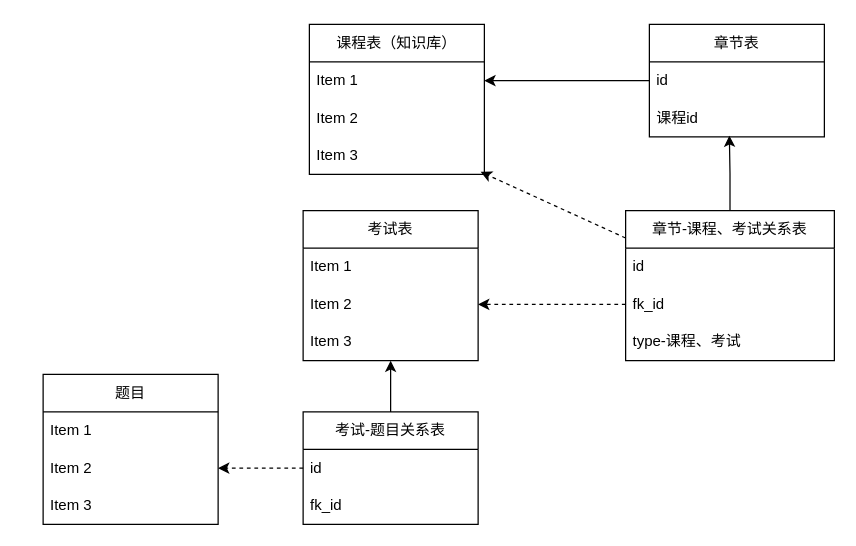
ammengke/my-drawio keeps this draw.io diagram as 尚学堂-知识库设计.drawio. Above is the earlier version. Source tidied: cells renumbered, new cells numbered last; positions are measured from the earlier drawing's top-left corner, leaving out a move shared by most shapes. Both pictures are drawn from the tidied source at 125%, with x=0, y=0 at pixel (42, 24).
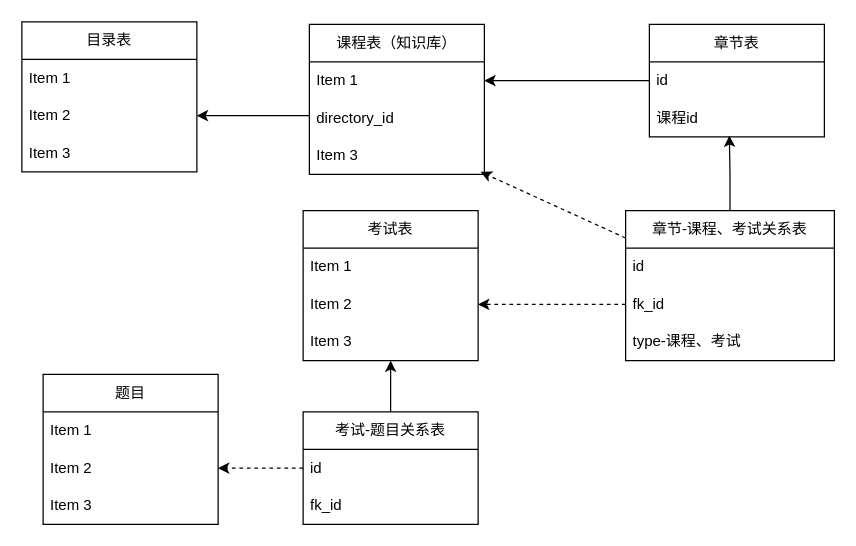
Above is the later version.

Commit message:
更新尚学堂-知识库设计.drawio

Unchanged cells that the change refers to:
```xml
<mxCell id="2" value="课程表（知识库）" style="swimlane;fontStyle=0;horizontal=1;startSize=30;whiteSpace=wrap;html=1;" parent="1" vertex="1">
  <mxGeometry x="213" width="140" height="120" as="geometry" />
</mxCell>
```

Change to the diagram source:
```diff
@@
+    <mxCell id="30" style="edgeStyle=orthogonalEdgeStyle;rounded=0;jettySize=auto;html=1;" parent="1" edge="1" source="2" target="33">
+      <mxGeometry relative="1" as="geometry">
+        <Array as="points">
+          <mxPoint x="203" y="73" />
+          <mxPoint x="203" y="73" />
+        </Array>
+      </mxGeometry>
+    </mxCell>
@@
-    <mxCell id="4" value="Item 2" style="text;strokeColor=none;fillColor=none;align=left;verticalAlign=middle;spacingLeft=4;spacingRight=4;overflow=hidden;whiteSpace=wrap;html=1;" parent="2" vertex="1">
+    <mxCell id="4" value="directory_id" style="text;strokeColor=none;fillColor=none;align=left;verticalAlign=middle;spacingLeft=4;spacingRight=4;overflow=hidden;whiteSpace=wrap;html=1;" parent="2" vertex="1">
       <mxGeometry y="60" width="140" height="30" as="geometry" />
     </mxCell>
@@
+    <mxCell id="31" value="目录表" style="swimlane;fontStyle=0;horizontal=1;startSize=30;whiteSpace=wrap;html=1;" parent="1" vertex="1">
+      <mxGeometry x="-17" y="-2" width="140" height="120" as="geometry" />
+    </mxCell>
+    <mxCell id="32" value="Item 1" style="text;strokeColor=none;fillColor=none;align=left;verticalAlign=middle;spacingLeft=4;spacingRight=4;overflow=hidden;whiteSpace=wrap;html=1;" parent="31" vertex="1">
+      <mxGeometry y="30" width="140" height="30" as="geometry" />
+    </mxCell>
+    <mxCell id="33" value="Item 2" style="text;strokeColor=none;fillColor=none;align=left;verticalAlign=middle;spacingLeft=4;spacingRight=4;overflow=hidden;points=[[0,0.5],[1,0.5]];portConstraint=eastwest;whiteSpace=wrap;html=1;" parent="31" vertex="1">
+      <mxGeometry y="60" width="140" height="30" as="geometry" />
+    </mxCell>
+    <mxCell id="34" value="Item 3" style="text;strokeColor=none;fillColor=none;align=left;verticalAlign=middle;spacingLeft=4;spacingRight=4;overflow=hidden;whiteSpace=wrap;html=1;" parent="31" vertex="1">
+      <mxGeometry y="90" width="140" height="30" as="geometry" />
+    </mxCell>
```
